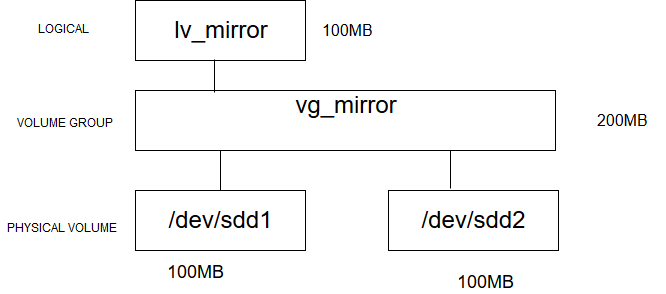
The draw.io diagram Linux/LVM/img/LV_13.png in nthung98/Tong_Hop_Note, before a commit. Source tidied: cells renumbered, new cells last; positions are measured from the earlier drawing's top-left corner, leaving out a move shared by most shapes. Its diagram source:
```xml
<mxGraphModel>
  <root>
    <mxCell id="0" />
    <mxCell id="1" parent="0" />
    <mxCell id="2" value="&lt;font style=&quot;font-size: 24px&quot;&gt;lv_mirror&lt;/font&gt;" style="rounded=0;whiteSpace=wrap;html=1;" parent="1" vertex="1">
      <mxGeometry x="135" width="170" height="60" as="geometry" />
    </mxCell>
    <mxCell id="3" value="&lt;div&gt;&lt;font style=&quot;font-size: 24px&quot;&gt;vg_mirror&lt;/font&gt;&lt;/div&gt;&lt;div&gt;&lt;font style=&quot;font-size: 24px&quot;&gt;&lt;br&gt;&lt;/font&gt;&lt;/div&gt;" style="rounded=0;whiteSpace=wrap;html=1;" parent="1" vertex="1">
      <mxGeometry x="135" y="90" width="420" height="60" as="geometry" />
    </mxCell>
    <mxCell id="4" value="&lt;font style=&quot;font-size: 24px&quot;&gt;/dev/sdd1&lt;/font&gt;" style="rounded=0;whiteSpace=wrap;html=1;" parent="1" vertex="1">
      <mxGeometry x="135" y="190" width="170" height="60" as="geometry" />
    </mxCell>
    <mxCell id="5" value="&lt;font style=&quot;font-size: 18px&quot;&gt;100MB&lt;/font&gt;" style="text;html=1;align=left;verticalAlign=top;spacingTop=-4;direction=south;" parent="1" vertex="1">
      <mxGeometry x="165" y="260" width="70" height="20" as="geometry" />
    </mxCell>
    <mxCell id="6" value="&lt;font style=&quot;font-size: 16px&quot;&gt;100MB&lt;/font&gt;" style="text;html=1;align=left;verticalAlign=top;spacingTop=-4;" parent="1" vertex="1">
      <mxGeometry x="320" y="20" width="70" height="20" as="geometry" />
    </mxCell>
    <mxCell id="7" value="&lt;font style=&quot;font-size: 16px&quot;&gt;200MB&lt;/font&gt;" style="text;html=1;align=left;verticalAlign=top;spacingTop=-4;" parent="1" vertex="1">
      <mxGeometry x="595" y="110" width="70" height="20" as="geometry" />
    </mxCell>
    <mxCell id="8" value="LOGICAL VOLUME" style="text;html=1;strokeColor=none;fillColor=none;align=center;verticalAlign=middle;whiteSpace=wrap;rounded=0;" parent="1" vertex="1">
      <mxGeometry y="20" width="125" height="20" as="geometry" />
    </mxCell>
    <mxCell id="9" value="VOLUME GROUP" style="text;html=1;align=left;verticalAlign=top;spacingTop=-4;" parent="1" vertex="1">
      <mxGeometry x="15" y="115" width="110" height="20" as="geometry" />
    </mxCell>
    <mxCell id="10" value="PHYSICAL VOLUME" style="text;html=1;align=left;verticalAlign=top;spacingTop=-4;" parent="1" vertex="1">
      <mxGeometry x="5" y="220" width="120" height="20" as="geometry" />
    </mxCell>
    <mxCell id="11" style="endArrow=none;html=1;entryX=0.465;entryY=0.983;entryDx=0;entryDy=0;entryPerimeter=0;" parent="1" edge="1" target="2">
      <mxGeometry relative="1" as="geometry">
        <mxPoint x="214" y="92" as="sourcePoint" />
      </mxGeometry>
    </mxCell>
    <mxCell id="12" style="endArrow=none;html=1;exitX=0.5;exitY=0;exitDx=0;exitDy=0;" parent="1" edge="1" source="4">
      <mxGeometry relative="1" as="geometry">
        <mxPoint x="220" y="150" as="targetPoint" />
      </mxGeometry>
    </mxCell>
    <mxCell id="13" value="&lt;font style=&quot;font-size: 24px&quot;&gt;/dev/sdd2&lt;/font&gt;" style="rounded=0;whiteSpace=wrap;html=1;" parent="1" vertex="1">
      <mxGeometry x="388" y="190" width="170" height="60" as="geometry" />
    </mxCell>
    <mxCell id="14" value="&lt;font style=&quot;font-size: 18px&quot;&gt;100MB&lt;/font&gt;" style="text;html=1;align=left;verticalAlign=top;spacingTop=-4;direction=south;" parent="1" vertex="1">
      <mxGeometry x="455" y="270" width="70" height="20" as="geometry" />
    </mxCell>
    <mxCell id="15" style="endArrow=none;html=1;entryX=0.75;entryY=1;entryDx=0;entryDy=0;exitX=0.365;exitY=-0.033;exitDx=0;exitDy=0;exitPerimeter=0;" parent="1" edge="1" source="13" target="3">
      <mxGeometry relative="1" as="geometry" />
    </mxCell>
  </root>
</mxGraphModel>
```
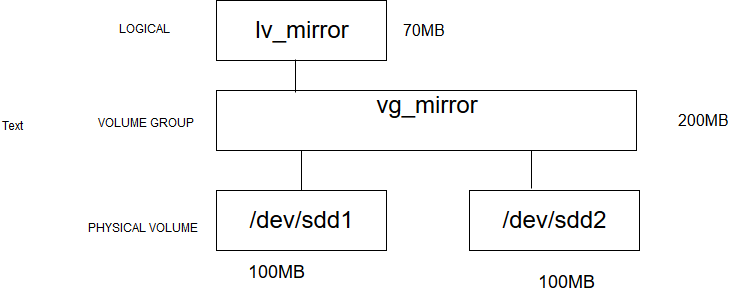
After the commit.

What changed in the source:
```diff
@@ -14,8 +14,8 @@
     <mxCell id="5" value="&lt;font style=&quot;font-size: 18px&quot;&gt;100MB&lt;/font&gt;" style="text;html=1;align=left;verticalAlign=top;spacingTop=-4;direction=south;" parent="1" vertex="1">
       <mxGeometry x="165" y="260" width="70" height="20" as="geometry" />
     </mxCell>
-    <mxCell id="6" value="&lt;font style=&quot;font-size: 16px&quot;&gt;100MB&lt;/font&gt;" style="text;html=1;align=left;verticalAlign=top;spacingTop=-4;" parent="1" vertex="1">
-      <mxGeometry x="320" y="20" width="70" height="20" as="geometry" />
+    <mxCell id="6" value="&lt;font style=&quot;font-size: 16px&quot;&gt;70MB&lt;/font&gt;" style="text;html=1;align=left;verticalAlign=top;spacingTop=-4;" parent="1" vertex="1">
+      <mxGeometry x="320" y="20" width="60" height="20" as="geometry" />
     </mxCell>
     <mxCell id="7" value="&lt;font style=&quot;font-size: 16px&quot;&gt;200MB&lt;/font&gt;" style="text;html=1;align=left;verticalAlign=top;spacingTop=-4;" parent="1" vertex="1">
       <mxGeometry x="595" y="110" width="70" height="20" as="geometry" />
@@ -48,5 +48,8 @@
     <mxCell id="15" style="endArrow=none;html=1;entryX=0.75;entryY=1;entryDx=0;entryDy=0;exitX=0.365;exitY=-0.033;exitDx=0;exitDy=0;exitPerimeter=0;" parent="1" edge="1" source="13" target="3">
       <mxGeometry relative="1" as="geometry" />
     </mxCell>
+    <mxCell id="16" value="Text" style="text;html=1;align=left;verticalAlign=top;spacingTop=-4;" parent="1" vertex="1">
+      <mxGeometry x="-81" y="118" width="40" height="20" as="geometry" />
+    </mxCell>
   </root>
 </mxGraphModel>
```
